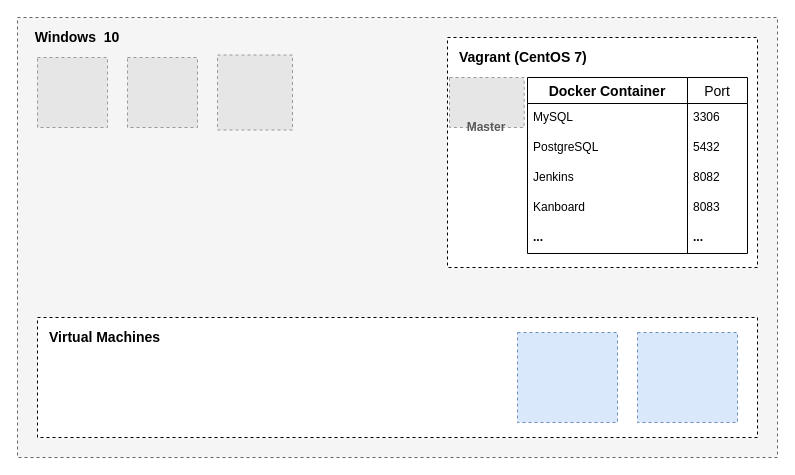
cyberpau/dev keeps this draw.io diagram as environment-architecture.drawio. Above is the earlier version. Source tidied: cells renumbered, new cells numbered last; positions are measured from the earlier drawing's top-left corner, leaving out a move shared by most shapes. Both pictures are drawn from the tidied source at 100%, with x=0, y=0 at pixel (17, 17). Pictures stored in the file or linked from it are replaced by grey dashed boxes.
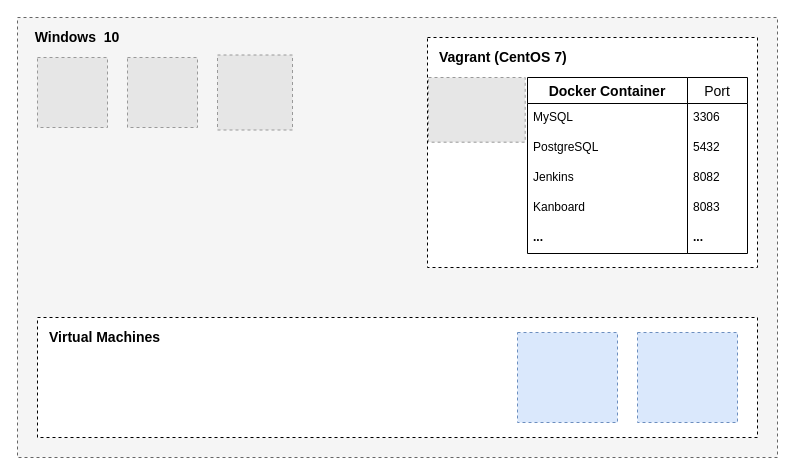
The same diagram, later.

The edit, as a diff of the source:
```diff
@@
     <mxCell id="3" style="rounded=0;whiteSpace=wrap;html=1;dashed=1;" parent="1" vertex="1">
-      <mxGeometry x="430" y="20" width="310" height="230" as="geometry" />
+      <mxGeometry x="410" y="20" width="330" height="230" as="geometry" />
     </mxCell>
@@
     <mxCell id="17" value="&lt;font style=&quot;font-size: 14px&quot;&gt;Vagrant (CentOS 7)&lt;/font&gt;" style="text;html=1;strokeColor=none;fillColor=none;align=left;verticalAlign=middle;whiteSpace=wrap;rounded=0;dashed=1;fontStyle=1;" parent="1" vertex="1">
-      <mxGeometry x="440" y="30" width="150" height="20" as="geometry" />
+      <mxGeometry x="420" y="30" width="150" height="20" as="geometry" />
     </mxCell>
@@
     <mxCell id="22" style="fillColor=#E6E6E6;strokeColor=#999999;dashed=1;verticalLabelPosition=bottom;labelBackgroundColor=#ffffff;verticalAlign=top;" parent="1" vertex="1">
-      <mxGeometry x="432" y="60" width="74.7" height="50" as="geometry" />
+      <mxGeometry x="411" y="60" width="96.7" height="64.7" as="geometry" />
     </mxCell>
@@
-    <mxCell id="24" value="Master" style="text;html=1;strokeColor=none;fillColor=none;align=center;verticalAlign=middle;whiteSpace=wrap;rounded=0;dashed=1;fontStyle=1;fontColor=#595959;" parent="1" vertex="1">
-      <mxGeometry x="449.4" y="100" width="40" height="20" as="geometry" />
-    </mxCell>
```
